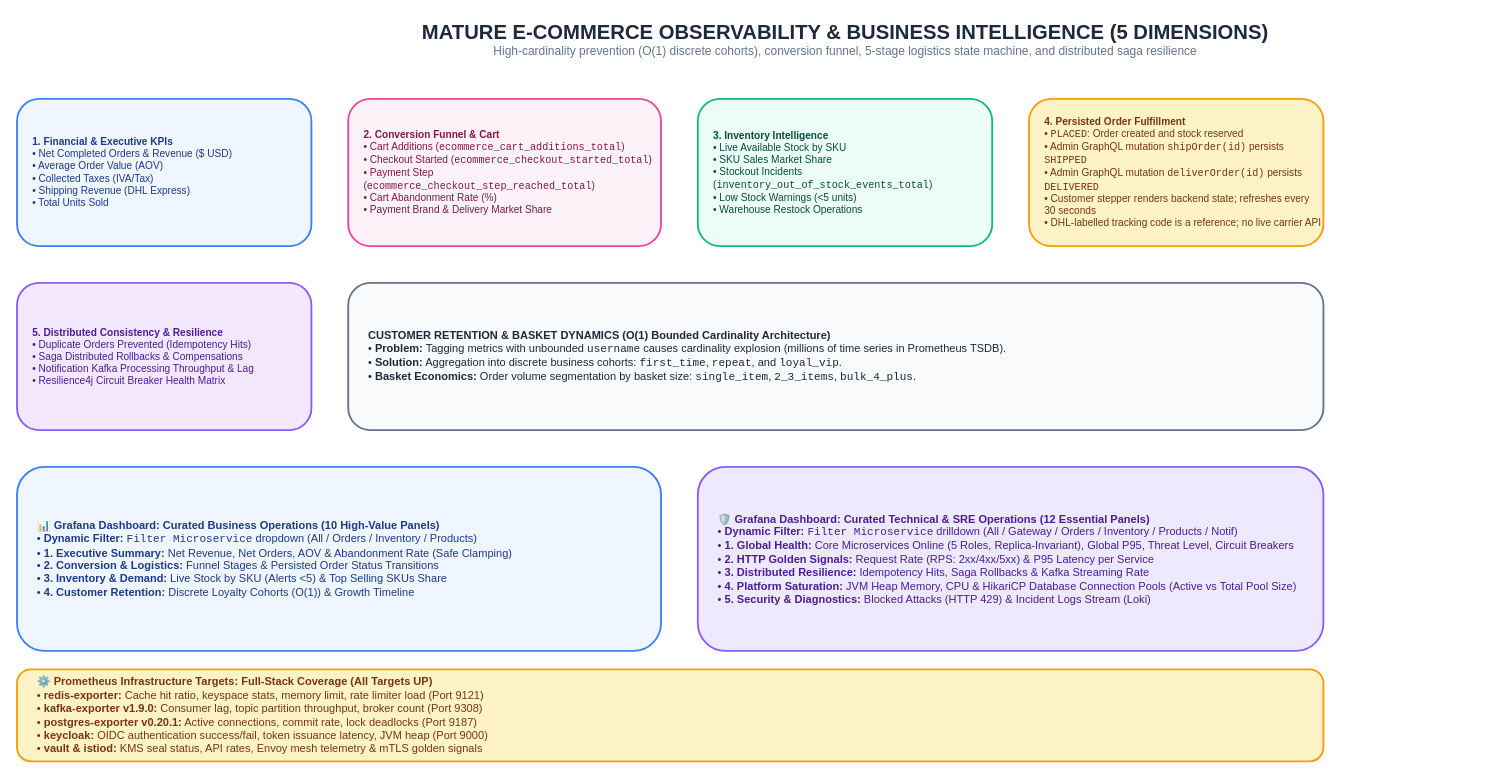
Above: page "8. Mature E-Commerce Observability Architecture" (8 of 12) of docs/Diagrams.drawio in GeorgeGxx/microservices-architecture (draw.io), before the change. Source tidied: cells renumbered, new cells numbered last; positions are measured from the earlier drawing's top-left corner, leaving out a move shared by most shapes. Both pictures are drawn from the tidied source at 92%, with x=0, y=0 at pixel (17, 16).
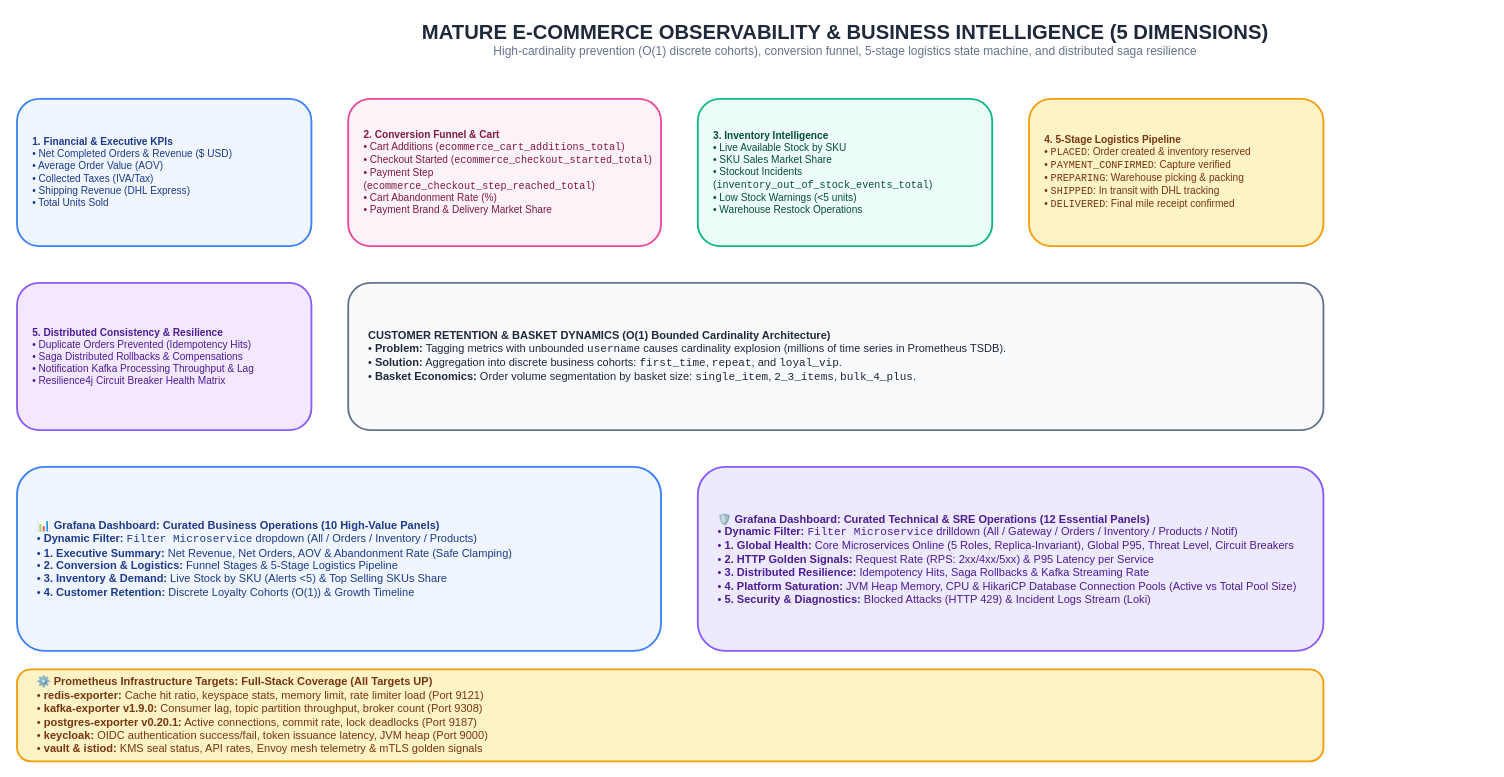
The same diagram, later.

What changed in the source:
```diff
@@
 <mxGraphModel>
   <root>
     <mxCell id="0" />
     <mxCell id="1" parent="0" />
     <mxCell id="2" value="&lt;b style='font-size:22px;color:#1E293B;'&gt;MATURE E-COMMERCE OBSERVABILITY &amp; BUSINESS INTELLIGENCE (5 DIMENSIONS)&lt;/b&gt;&lt;br&gt;&lt;span style='font-size:13px;color:#64748B;'&gt;High-cardinality prevention (O(1) discrete cohorts), conversion funnel, 5-stage logistics state machine, and distributed saga resilience&lt;/span&gt;" style="text;html=1;align=center;verticalAlign=middle;rounded=0;" parent="1" vertex="1">
       <mxGeometry x="200" width="1400" height="50" as="geometry" />
     </mxCell>
     <mxCell id="3" value="&lt;b&gt;1. Financial &amp; Executive KPIs&lt;/b&gt;&lt;br&gt;• Net Completed Orders &amp; Revenue ($ USD)&lt;br&gt;• Average Order Value (AOV)&lt;br&gt;• Collected Taxes (IVA/Tax)&lt;br&gt;• Shipping Revenue (DHL Express)&lt;br&gt;• Total Units Sold" style="rounded=1;whiteSpace=wrap;html=1;fillColor=#EFF6FF;strokeColor=#3B82F6;strokeWidth=2;fontColor=#1E3A8A;fontSize=11;align=left;spacingLeft=15;" parent="1" vertex="1">
       <mxGeometry y="90" width="320" height="160" as="geometry" />
     </mxCell>
     <mxCell id="4" value="&lt;b&gt;2. Conversion Funnel &amp; Cart&lt;/b&gt;&lt;br&gt;• Cart Additions (&lt;code&gt;ecommerce_cart_additions_total&lt;/code&gt;)&lt;br&gt;• Checkout Started (&lt;code&gt;ecommerce_checkout_started_total&lt;/code&gt;)&lt;br&gt;• Payment Step (&lt;code&gt;ecommerce_checkout_step_reached_total&lt;/code&gt;)&lt;br&gt;• Cart Abandonment Rate (%)&lt;br&gt;• Payment Brand &amp; Delivery Market Share" style="rounded=1;whiteSpace=wrap;html=1;fillColor=#FDF2F8;strokeColor=#EC4899;strokeWidth=2;fontColor=#831843;fontSize=11;align=left;spacingLeft=15;" parent="1" vertex="1">
       <mxGeometry x="360" y="90" width="340" height="160" as="geometry" />
     </mxCell>
     <mxCell id="5" value="&lt;b&gt;3. Inventory Intelligence&lt;/b&gt;&lt;br&gt;• Live Available Stock by SKU&lt;br&gt;• SKU Sales Market Share&lt;br&gt;• Stockout Incidents (&lt;code&gt;inventory_out_of_stock_events_total&lt;/code&gt;)&lt;br&gt;• Low Stock Warnings (&amp;lt;5 units)&lt;br&gt;• Warehouse Restock Operations" style="rounded=1;whiteSpace=wrap;html=1;fillColor=#ECFDF5;strokeColor=#10B981;strokeWidth=2;fontColor=#064E3B;fontSize=11;align=left;spacingLeft=15;" parent="1" vertex="1">
       <mxGeometry x="740" y="90" width="320" height="160" as="geometry" />
     </mxCell>
-    <mxCell id="6" value="&lt;b&gt;4. Persisted Order Fulfillment&lt;/b&gt;&lt;br&gt;• &lt;code&gt;PLACED&lt;/code&gt;: Order created and stock reserved&lt;br&gt;• Admin GraphQL mutation &lt;code&gt;shipOrder(id)&lt;/code&gt; persists &lt;code&gt;SHIPPED&lt;/code&gt;&lt;br&gt;• Admin GraphQL mutation &lt;code&gt;deliverOrder(id)&lt;/code&gt; persists &lt;code&gt;DELIVERED&lt;/code&gt;&lt;br&gt;• Customer stepper renders backend state; refreshes every 30 seconds&lt;br&gt;• DHL-labelled tracking code is a reference; no live carrier API" style="rounded=1;whiteSpace=wrap;html=1;fillColor=#FEF3C7;strokeColor=#F59E0B;strokeWidth=2;fontColor=#78350F;fontSize=11;align=left;spacingLeft=15;" parent="1" vertex="1">
+    <mxCell id="6" value="&lt;b&gt;4. 5-Stage Logistics Pipeline&lt;/b&gt;&lt;br&gt;• &lt;code&gt;PLACED&lt;/code&gt;: Order created &amp; inventory reserved&lt;br&gt;• &lt;code&gt;PAYMENT_CONFIRMED&lt;/code&gt;: Capture verified&lt;br&gt;• &lt;code&gt;PREPARING&lt;/code&gt;: Warehouse picking &amp; packing&lt;br&gt;• &lt;code&gt;SHIPPED&lt;/code&gt;: In transit with DHL tracking&lt;br&gt;• &lt;code&gt;DELIVERED&lt;/code&gt;: Final mile receipt confirmed" style="rounded=1;whiteSpace=wrap;html=1;fillColor=#FEF3C7;strokeColor=#F59E0B;strokeWidth=2;fontColor=#78350F;fontSize=11;align=left;spacingLeft=15;" parent="1" vertex="1">
       <mxGeometry x="1100" y="90" width="320" height="160" as="geometry" />
     </mxCell>
     <mxCell id="7" value="&lt;b&gt;5. Distributed Consistency &amp; Resilience&lt;/b&gt;&lt;br&gt;• Duplicate Orders Prevented (Idempotency Hits)&lt;br&gt;• Saga Distributed Rollbacks &amp; Compensations&lt;br&gt;• Notification Kafka Processing Throughput &amp; Lag&lt;br&gt;• Resilience4j Circuit Breaker Health Matrix" style="rounded=1;whiteSpace=wrap;html=1;fillColor=#F3E8FF;strokeColor=#8B5CF6;strokeWidth=2;fontColor=#4C1D95;fontSize=11;align=left;spacingLeft=15;" parent="1" vertex="1">
       <mxGeometry y="290" width="320" height="160" as="geometry" />
     </mxCell>
     <mxCell id="8" value="&lt;b&gt;CUSTOMER RETENTION &amp; BASKET DYNAMICS (O(1) Bounded Cardinality Architecture)&lt;/b&gt;&lt;br&gt;• &lt;b&gt;Problem:&lt;/b&gt; Tagging metrics with unbounded &lt;code&gt;username&lt;/code&gt; causes cardinality explosion (millions of time series in Prometheus TSDB).&lt;br&gt;• &lt;b&gt;Solution:&lt;/b&gt; Aggregation into discrete business cohorts: &lt;code&gt;first_time&lt;/code&gt;, &lt;code&gt;repeat&lt;/code&gt;, and &lt;code&gt;loyal_vip&lt;/code&gt;.&lt;br&gt;• &lt;b&gt;Basket Economics:&lt;/b&gt; Order volume segmentation by basket size: &lt;code&gt;single_item&lt;/code&gt;, &lt;code&gt;2_3_items&lt;/code&gt;, &lt;code&gt;bulk_4_plus&lt;/code&gt;." style="rounded=1;whiteSpace=wrap;html=1;fillColor=#F8FAFC;strokeColor=#64748B;strokeWidth=2;fontColor=#1E293B;fontSize=12;align=left;spacingLeft=20;" parent="1" vertex="1">
       <mxGeometry x="360" y="290" width="1060" height="160" as="geometry" />
     </mxCell>
-    <mxCell id="9" value="&lt;b&gt;📊 Grafana Dashboard: Curated Business Operations (10 High-Value Panels)&lt;/b&gt;&lt;br&gt;• &lt;b&gt;Dynamic Filter:&lt;/b&gt; &lt;code&gt;Filter Microservice&lt;/code&gt; dropdown (All / Orders / Inventory / Products)&lt;br&gt;• &lt;b&gt;1. Executive Summary:&lt;/b&gt; Net Revenue, Net Orders, AOV &amp; Abandonment Rate (Safe Clamping)&lt;br&gt;• &lt;b&gt;2. Conversion &amp; Logistics:&lt;/b&gt; Funnel Stages &amp; Persisted Order Status Transitions&lt;br&gt;• &lt;b&gt;3. Inventory &amp; Demand:&lt;/b&gt; Live Stock by SKU (Alerts &amp;lt;5) &amp; Top Selling SKUs Share&lt;br&gt;• &lt;b&gt;4. Customer Retention:&lt;/b&gt; Discrete Loyalty Cohorts (O(1)) &amp; Growth Timeline" style="rounded=1;whiteSpace=wrap;html=1;fillColor=#EFF6FF;strokeColor=#3B82F6;strokeWidth=2;fontColor=#1E3A8A;fontSize=12;align=left;spacingLeft=20;" parent="1" vertex="1">
+    <mxCell id="9" value="&lt;b&gt;📊 Grafana Dashboard: Curated Business Operations (10 High-Value Panels)&lt;/b&gt;&lt;br&gt;• &lt;b&gt;Dynamic Filter:&lt;/b&gt; &lt;code&gt;Filter Microservice&lt;/code&gt; dropdown (All / Orders / Inventory / Products)&lt;br&gt;• &lt;b&gt;1. Executive Summary:&lt;/b&gt; Net Revenue, Net Orders, AOV &amp; Abandonment Rate (Safe Clamping)&lt;br&gt;• &lt;b&gt;2. Conversion &amp; Logistics:&lt;/b&gt; Funnel Stages &amp; 5-Stage Logistics Pipeline&lt;br&gt;• &lt;b&gt;3. Inventory &amp; Demand:&lt;/b&gt; Live Stock by SKU (Alerts &amp;lt;5) &amp; Top Selling SKUs Share&lt;br&gt;• &lt;b&gt;4. Customer Retention:&lt;/b&gt; Discrete Loyalty Cohorts (O(1)) &amp; Growth Timeline" style="rounded=1;whiteSpace=wrap;html=1;fillColor=#EFF6FF;strokeColor=#3B82F6;strokeWidth=2;fontColor=#1E3A8A;fontSize=12;align=left;spacingLeft=20;" parent="1" vertex="1">
       <mxGeometry y="490" width="700" height="200" as="geometry" />
     </mxCell>
     <mxCell id="10" value="&lt;b&gt;🛡️ Grafana Dashboard: Curated Technical &amp; SRE Operations (12 Essential Panels)&lt;/b&gt;&lt;br&gt;• &lt;b&gt;Dynamic Filter:&lt;/b&gt; &lt;code&gt;Filter Microservice&lt;/code&gt; drilldown (All / Gateway / Orders / Inventory / Products / Notif)&lt;br&gt;• &lt;b&gt;1. Global Health:&lt;/b&gt; Core Microservices Online (5 Roles, Replica-Invariant), Global P95, Threat Level, Circuit Breakers&lt;br&gt;• &lt;b&gt;2. HTTP Golden Signals:&lt;/b&gt; Request Rate (RPS: 2xx/4xx/5xx) &amp; P95 Latency per Service&lt;br&gt;• &lt;b&gt;3. Distributed Resilience:&lt;/b&gt; Idempotency Hits, Saga Rollbacks &amp; Kafka Streaming Rate&lt;br&gt;• &lt;b&gt;4. Platform Saturation:&lt;/b&gt; JVM Heap Memory, CPU &amp; HikariCP Database Connection Pools (Active vs Total Pool Size)&lt;br&gt;• &lt;b&gt;5. Security &amp; Diagnostics:&lt;/b&gt; Blocked Attacks (HTTP 429) &amp; Incident Logs Stream (Loki)" style="rounded=1;whiteSpace=wrap;html=1;fillColor=#EDE9FE;strokeColor=#8B5CF6;strokeWidth=2;fontColor=#4C1D95;fontSize=12;align=left;spacingLeft=20;" parent="1" vertex="1">
       <mxGeometry x="740" y="490" width="680" height="200" as="geometry" />
     </mxCell>
     <mxCell id="11" value="&lt;b&gt;⚙️ Prometheus Infrastructure Targets: Full-Stack Coverage (All Targets UP)&lt;/b&gt;&lt;br&gt;• &lt;b&gt;redis-exporter:&lt;/b&gt; Cache hit ratio, keyspace stats, memory limit, rate limiter load (Port 9121)&lt;br&gt;• &lt;b&gt;kafka-exporter v1.9.0:&lt;/b&gt; Consumer lag, topic partition throughput, broker count (Port 9308)&lt;br&gt;• &lt;b&gt;postgres-exporter v0.20.1:&lt;/b&gt; Active connections, commit rate, lock deadlocks (Port 9187)&lt;br&gt;• &lt;b&gt;keycloak:&lt;/b&gt; OIDC authentication success/fail, token issuance latency, JVM heap (Port 9000)&lt;br&gt;• &lt;b&gt;vault &amp; istiod:&lt;/b&gt; KMS seal status, API rates, Envoy mesh telemetry &amp; mTLS golden signals" style="rounded=1;whiteSpace=wrap;html=1;fillColor=#FEF3C7;strokeColor=#F59E0B;strokeWidth=2;fontColor=#78350F;fontSize=12;align=left;spacingLeft=20;" parent="1" vertex="1">
       <mxGeometry y="710" width="1420" height="100" as="geometry" />
     </mxCell>
   </root>
 </mxGraphModel>
```
